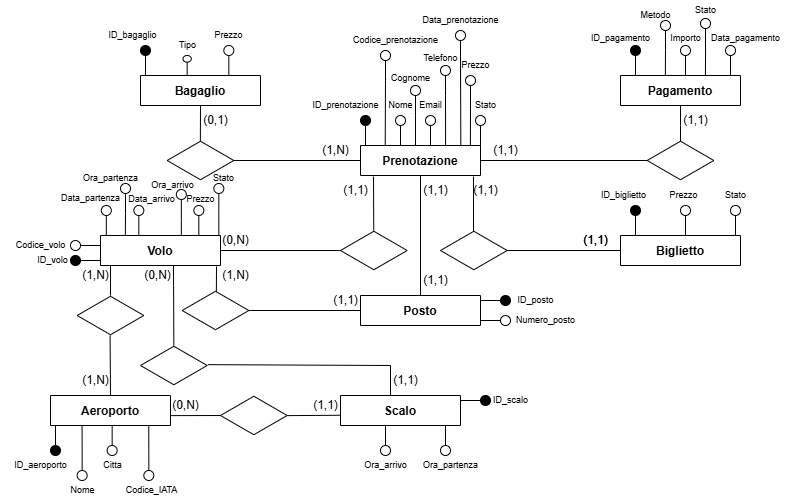
Before: Diagramma E-R.png, a diagram exported from draw.io (concitarubino/project-work-voli). Source tidied: cells renumbered, new cells last; positions are measured from the earlier drawing's top-left corner, leaving out a move shared by most shapes.
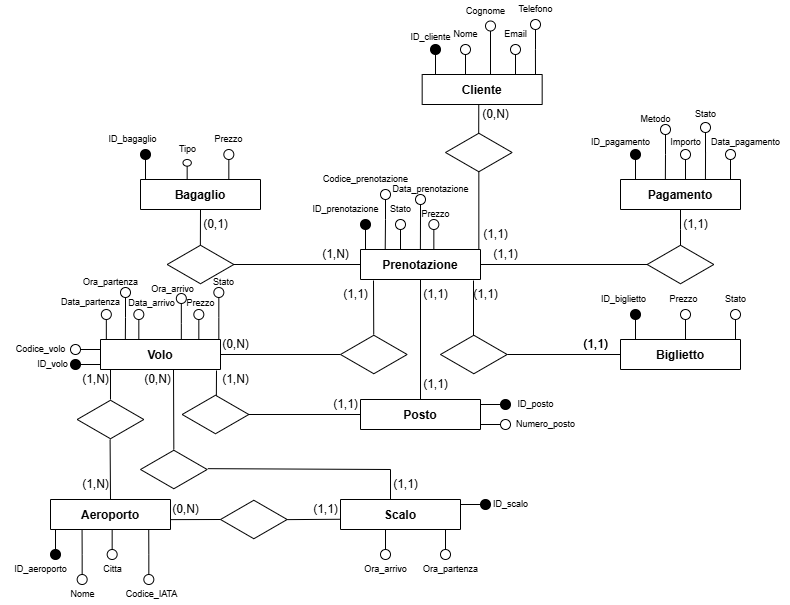
After the commit.

Commit message:
Aggiornato il diagramma E-R

What changed in the source:
```diff
@@ -201,73 +201,37 @@
       <mxGeometry x="300" y="95" width="90" height="20" as="geometry" />
     </mxCell>
     <mxCell id="56" value="Codice_prenotazione" style="text;html=1;align=center;verticalAlign=middle;strokeColor=none;fillColor=none;fontSize=9;" parent="1" vertex="1">
-      <mxGeometry x="340" y="30" width="110" height="20" as="geometry" />
+      <mxGeometry x="310" y="65" width="110" height="20" as="geometry" />
     </mxCell>
     <mxCell id="57" style="verticalLabelPosition=bottom;align=center;dashed=0;html=1;verticalAlign=top;shape=mxgraph.pid.piping.spacer;" parent="1" vertex="1">
-      <mxGeometry x="380" y="50" width="10" height="30" as="geometry" />
+      <mxGeometry x="380" y="85" width="10" height="30" as="geometry" />
     </mxCell>
-    <mxCell id="58" style="endArrow=none;html=1;rounded=0;entryX=0.5;entryY=1;entryDx=0;entryDy=0;entryPerimeter=0;" parent="1" edge="1" target="57">
+    <mxCell id="58" style="endArrow=none;html=1;rounded=0;" parent="1" edge="1">
       <mxGeometry relative="1" as="geometry">
         <mxPoint x="384.7" y="145" as="sourcePoint" />
+        <mxPoint x="385" y="115" as="targetPoint" />
       </mxGeometry>
     </mxCell>
-    <mxCell id="59" style="verticalLabelPosition=bottom;align=center;dashed=0;html=1;verticalAlign=top;shape=mxgraph.pid.piping.spacer;" parent="1" vertex="1">
-      <mxGeometry x="395" y="115" width="10" height="30" as="geometry" />
-    </mxCell>
-    <mxCell id="60" value="Nome" style="text;html=1;align=center;verticalAlign=middle;strokeColor=none;fillColor=none;fontSize=9;" parent="1" vertex="1">
-      <mxGeometry x="375" y="95" width="50" height="20" as="geometry" />
-    </mxCell>
-    <mxCell id="61" style="verticalLabelPosition=bottom;align=center;dashed=0;html=1;verticalAlign=top;shape=mxgraph.pid.piping.spacer;" parent="1" vertex="1">
-      <mxGeometry x="410" y="85" width="10" height="30" as="geometry" />
-    </mxCell>
-    <mxCell id="62" style="endArrow=none;html=1;rounded=0;entryX=0.5;entryY=1;entryDx=0;entryDy=0;entryPerimeter=0;" parent="1" edge="1" target="61">
-      <mxGeometry relative="1" as="geometry">
-        <mxPoint x="415" y="145" as="sourcePoint" />
-      </mxGeometry>
-    </mxCell>
-    <mxCell id="63" value="Cognome" style="text;html=1;align=center;verticalAlign=middle;strokeColor=none;fillColor=none;fontSize=9;" parent="1" vertex="1">
-      <mxGeometry x="380" y="68" width="60" height="20" as="geometry" />
-    </mxCell>
-    <mxCell id="64" style="verticalLabelPosition=bottom;align=center;dashed=0;html=1;verticalAlign=top;shape=mxgraph.pid.piping.spacer;" parent="1" vertex="1">
-      <mxGeometry x="425" y="115" width="10" height="30" as="geometry" />
-    </mxCell>
-    <mxCell id="65" value="Email" style="text;html=1;align=center;verticalAlign=middle;strokeColor=none;fillColor=none;fontSize=9;" parent="1" vertex="1">
-      <mxGeometry x="405" y="95" width="50" height="20" as="geometry" />
-    </mxCell>
-    <mxCell id="66" style="verticalLabelPosition=bottom;align=center;dashed=0;html=1;verticalAlign=top;shape=mxgraph.pid.piping.spacer;" parent="1" vertex="1">
-      <mxGeometry x="440" y="65" width="10" height="30" as="geometry" />
-    </mxCell>
-    <mxCell id="67" style="endArrow=none;html=1;rounded=0;entryX=0.5;entryY=1;entryDx=0;entryDy=0;entryPerimeter=0;exitX=0.709;exitY=-0.017;exitDx=0;exitDy=0;exitPerimeter=0;" parent="1" edge="1" source="3" target="66">
-      <mxGeometry relative="1" as="geometry" />
-    </mxCell>
-    <mxCell id="68" value="Telefono" style="text;html=1;align=center;verticalAlign=middle;strokeColor=none;fillColor=none;fontSize=9;" parent="1" vertex="1">
-      <mxGeometry x="410" y="48" width="60" height="20" as="geometry" />
-    </mxCell>
     <mxCell id="69" style="verticalLabelPosition=bottom;align=center;dashed=0;html=1;verticalAlign=top;shape=mxgraph.pid.piping.spacer;" parent="1" vertex="1">
-      <mxGeometry x="455" y="30" width="10" height="30" as="geometry" />
+      <mxGeometry x="395" y="115" width="10" height="30" as="geometry" />
     </mxCell>
-    <mxCell id="70" style="endArrow=none;html=1;rounded=0;entryX=0.5;entryY=0.833;entryDx=0;entryDy=0;entryPerimeter=0;exitX=0.836;exitY=-0.011;exitDx=0;exitDy=0;exitPerimeter=0;" parent="1" edge="1" source="3" target="69">
-      <mxGeometry relative="1" as="geometry" />
-    </mxCell>
-    <mxCell id="71" value="Data_prenotazione" style="text;html=1;align=center;verticalAlign=middle;strokeColor=none;fillColor=none;fontSize=9;" parent="1" vertex="1">
-      <mxGeometry x="410" y="10" width="100" height="20" as="geometry" />
-    </mxCell>
     <mxCell id="72" style="verticalLabelPosition=bottom;align=center;dashed=0;html=1;verticalAlign=top;shape=mxgraph.pid.piping.spacer;" parent="1" vertex="1">
-      <mxGeometry x="465" y="75" width="10" height="30" as="geometry" />
+      <mxGeometry x="415" y="90" width="10" height="30" as="geometry" />
     </mxCell>
-    <mxCell id="73" style="endArrow=none;html=1;rounded=0;entryX=0.5;entryY=1;entryDx=0;entryDy=0;entryPerimeter=0;exitX=0.709;exitY=-0.017;exitDx=0;exitDy=0;exitPerimeter=0;" parent="1" edge="1" target="72">
+    <mxCell id="73" style="endArrow=none;html=1;rounded=0;exitX=0.709;exitY=-0.017;exitDx=0;exitDy=0;exitPerimeter=0;" parent="1" edge="1">
       <mxGeometry relative="1" as="geometry">
-        <mxPoint x="469.9" y="145" as="sourcePoint" />
+        <mxPoint x="419.9" y="145" as="sourcePoint" />
+        <mxPoint x="420" y="115" as="targetPoint" />
       </mxGeometry>
     </mxCell>
     <mxCell id="74" value="Prezzo" style="text;html=1;align=center;verticalAlign=middle;strokeColor=none;fillColor=none;fontSize=9;" parent="1" vertex="1">
-      <mxGeometry x="450" y="55" width="50" height="20" as="geometry" />
+      <mxGeometry x="410" y="100" width="50" height="20" as="geometry" />
     </mxCell>
     <mxCell id="75" style="verticalLabelPosition=bottom;align=center;dashed=0;html=1;verticalAlign=top;shape=mxgraph.pid.piping.spacer;" parent="1" vertex="1">
-      <mxGeometry x="475" y="115" width="10" height="30" as="geometry" />
+      <mxGeometry x="428.3" y="115" width="10" height="30" as="geometry" />
     </mxCell>
     <mxCell id="76" value="Stato" style="text;html=1;align=center;verticalAlign=middle;strokeColor=none;fillColor=none;fontSize=9;" parent="1" vertex="1">
-      <mxGeometry x="465" y="95" width="40" height="20" as="geometry" />
+      <mxGeometry x="380" y="95" width="40" height="20" as="geometry" />
     </mxCell>
     <mxCell id="77" style="verticalLabelPosition=bottom;align=center;dashed=0;html=1;verticalAlign=top;shape=mxgraph.pid.piping.blank2;" parent="1" vertex="1">
       <mxGeometry x="630" y="45" width="10" height="30" as="geometry" />
@@ -472,5 +436,78 @@
     <mxCell id="138" value="(0,N)" style="text;html=1;align=center;verticalAlign=middle;strokeColor=none;fillColor=none;" parent="1" vertex="1">
       <mxGeometry x="160" y="390" width="50" height="30" as="geometry" />
     </mxCell>
+    <mxCell id="139" style="endArrow=none;html=1;rounded=0;exitX=0.5;exitY=0;exitDx=0;exitDy=0;entryX=0.5;entryY=0.963;entryDx=0;entryDy=0;entryPerimeter=0;" parent="1" edge="1" target="140">
+      <mxGeometry relative="1" as="geometry">
+        <mxPoint x="478.3" y="145" as="sourcePoint" />
+      </mxGeometry>
+    </mxCell>
+    <mxCell id="140" style="html=1;whiteSpace=wrap;shape=isoRectangle;" parent="1" vertex="1">
+      <mxGeometry x="445" y="28" width="66.7" height="40" as="geometry" />
+    </mxCell>
+    <mxCell id="141" value="(1,1)" style="text;html=1;align=center;verticalAlign=middle;strokeColor=none;fillColor=none;" parent="1" vertex="1">
+      <mxGeometry x="470" y="115" width="50" height="30" as="geometry" />
+    </mxCell>
+    <mxCell id="71" value="Data_prenotazione" style="text;html=1;align=center;verticalAlign=middle;strokeColor=none;fillColor=none;fontSize=9;" parent="1" vertex="1">
+      <mxGeometry x="380" y="75" width="100" height="20" as="geometry" />
+    </mxCell>
+    <mxCell id="142" style="endArrow=none;html=1;rounded=0;exitX=0.498;exitY=0.014;exitDx=0;exitDy=0;exitPerimeter=0;" parent="1" edge="1" source="140">
+      <mxGeometry relative="1" as="geometry">
+        <mxPoint x="478.3" y="-2" as="targetPoint" />
+      </mxGeometry>
+    </mxCell>
+    <mxCell id="143" value="Cliente" style="shape=table;startSize=30;rowLines=0;fontStyle=1;align=center;" parent="1" vertex="1">
+      <mxGeometry x="421.7" y="-30" width="120" height="30" as="geometry" />
+    </mxCell>
+    <mxCell id="144" value="ID_cliente" style="text;html=1;align=center;verticalAlign=middle;strokeColor=none;fillColor=none;fontSize=9;" parent="1" vertex="1">
+      <mxGeometry x="400" y="-76.8" width="60" height="20" as="geometry" />
+    </mxCell>
+    <mxCell id="145" value="(0,N)" style="text;html=1;align=center;verticalAlign=middle;strokeColor=none;fillColor=none;" parent="1" vertex="1">
+      <mxGeometry x="470" y="-5" width="50" height="30" as="geometry" />
+    </mxCell>
+    <mxCell id="146" style="group;" parent="1" vertex="1">
+      <mxGeometry x="495" y="-80" width="70" height="50" as="geometry" />
+    </mxCell>
+    <mxCell id="64" style="verticalLabelPosition=bottom;align=center;dashed=0;html=1;verticalAlign=top;shape=mxgraph.pid.piping.spacer;" parent="146" vertex="1">
+      <mxGeometry x="15" y="20" width="10" height="30" as="geometry" />
+    </mxCell>
+    <mxCell id="65" value="Email" style="text;html=1;align=center;verticalAlign=middle;strokeColor=none;fillColor=none;fontSize=9;" parent="146" vertex="1">
+      <mxGeometry x="-5" width="50" height="20" as="geometry" />
+    </mxCell>
+    <mxCell id="68" value="Telefono" style="text;html=1;align=center;verticalAlign=middle;strokeColor=none;fillColor=none;fontSize=9;" parent="146" vertex="1">
+      <mxGeometry x="10" y="-25" width="60" height="20" as="geometry" />
+    </mxCell>
+    <mxCell id="66" style="verticalLabelPosition=bottom;align=center;dashed=0;html=1;verticalAlign=top;shape=mxgraph.pid.piping.spacer;" parent="146" vertex="1">
+      <mxGeometry x="35" y="-5" width="10" height="30" as="geometry" />
+    </mxCell>
+    <mxCell id="67" style="endArrow=none;html=1;rounded=0;exitX=0.709;exitY=-0.017;exitDx=0;exitDy=0;exitPerimeter=0;" parent="146" edge="1">
+      <mxGeometry relative="1" as="geometry">
+        <mxPoint x="40" y="50" as="sourcePoint" />
+        <mxPoint x="39.9" y="25" as="targetPoint" />
+      </mxGeometry>
+    </mxCell>
+    <mxCell id="147" style="group;" parent="1" vertex="1">
+      <mxGeometry x="455" y="-103.5" width="60" height="73.5" as="geometry" />
+    </mxCell>
+    <mxCell id="61" style="verticalLabelPosition=bottom;align=center;dashed=0;html=1;verticalAlign=top;shape=mxgraph.pid.piping.spacer;" parent="147" vertex="1">
+      <mxGeometry x="30" y="20" width="10" height="30" as="geometry" />
+    </mxCell>
+    <mxCell id="62" style="endArrow=none;html=1;rounded=0;" parent="147" edge="1">
+      <mxGeometry relative="1" as="geometry">
+        <mxPoint x="35" y="73.5" as="sourcePoint" />
+        <mxPoint x="35" y="48.5" as="targetPoint" />
+      </mxGeometry>
+    </mxCell>
+    <mxCell id="63" value="Cognome" style="text;html=1;align=center;verticalAlign=middle;strokeColor=none;fillColor=none;fontSize=9;" parent="147" vertex="1">
+      <mxGeometry width="60" height="20" as="geometry" />
+    </mxCell>
+    <mxCell id="59" style="verticalLabelPosition=bottom;align=center;dashed=0;html=1;verticalAlign=top;shape=mxgraph.pid.piping.spacer;" parent="1" vertex="1">
+      <mxGeometry x="460" y="-60" width="10" height="30" as="geometry" />
+    </mxCell>
+    <mxCell id="60" value="Nome" style="text;html=1;align=center;verticalAlign=middle;strokeColor=none;fillColor=none;fontSize=9;" parent="1" vertex="1">
+      <mxGeometry x="440" y="-80" width="50" height="20" as="geometry" />
+    </mxCell>
+    <mxCell id="148" style="verticalLabelPosition=bottom;align=center;dashed=0;html=1;verticalAlign=top;shape=mxgraph.pid.piping.blank2;" parent="1" vertex="1">
+      <mxGeometry x="430" y="-60" width="10" height="30" as="geometry" />
+    </mxCell>
   </root>
 </mxGraphModel>
```
